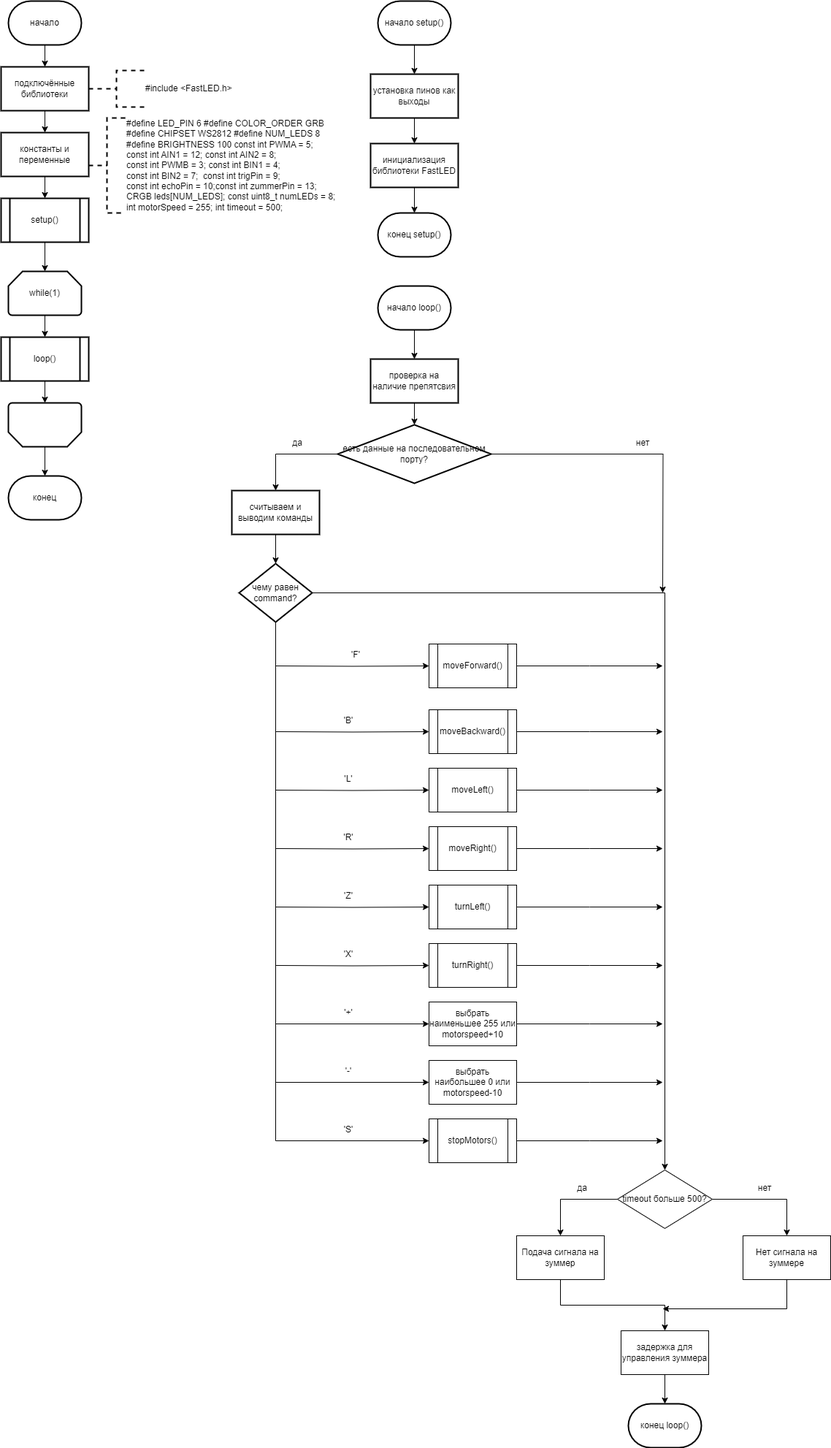
This is Sem_2/shemaprogram.drawio.png from ksinph/PSTU_LABS_2023, a draw.io export, as it was before one commit. Source tidied: cells renumbered, new cells last; positions are measured from the earlier drawing's top-left corner, leaving out a move shared by most shapes.
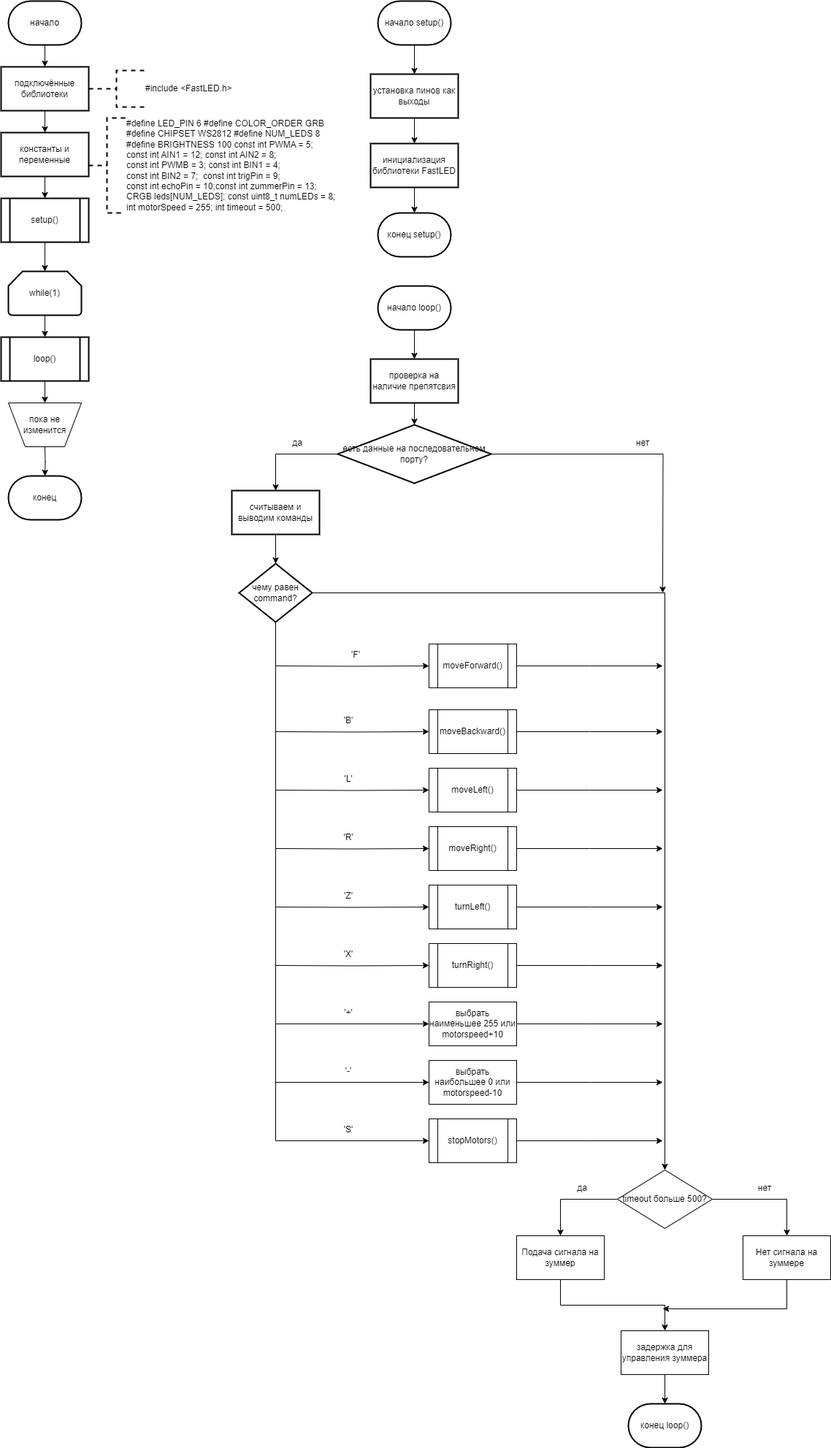
The same diagram one commit later.

The edit, as a diff of the source:
```diff
@@ -35,17 +35,18 @@
     <mxCell id="12" value="loop()" style="shape=process;whiteSpace=wrap;html=1;backgroundOutline=1;strokeWidth=2;" parent="1" vertex="1">
       <mxGeometry y="460" width="120" height="60" as="geometry" />
     </mxCell>
-    <mxCell id="13" style="strokeWidth=2;html=1;shape=mxgraph.flowchart.loop_limit;whiteSpace=wrap;rotation=-180;" parent="1" vertex="1">
-      <mxGeometry x="10" y="550" width="100" height="60" as="geometry" />
-    </mxCell>
-    <mxCell id="14" style="edgeStyle=orthogonalEdgeStyle;rounded=0;jettySize=auto;html=1;exitX=0.5;exitY=1;exitDx=0;exitDy=0;entryX=0.5;entryY=1;entryDx=0;entryDy=0;entryPerimeter=0;" parent="1" edge="1" source="12" target="13">
-      <mxGeometry relative="1" as="geometry" />
+    <mxCell id="14" style="edgeStyle=orthogonalEdgeStyle;rounded=0;jettySize=auto;html=1;exitX=0.5;exitY=1;exitDx=0;exitDy=0;entryX=0.5;entryY=1;entryDx=0;entryDy=0;entryPerimeter=0;" parent="1" edge="1" source="12">
+      <mxGeometry relative="1" as="geometry">
+        <mxPoint x="60" y="550" as="targetPoint" />
+      </mxGeometry>
     </mxCell>
     <mxCell id="15" value="конец" style="strokeWidth=2;html=1;shape=mxgraph.flowchart.terminator;whiteSpace=wrap;" parent="1" vertex="1">
       <mxGeometry x="10" y="650" width="100" height="60" as="geometry" />
     </mxCell>
-    <mxCell id="16" style="edgeStyle=orthogonalEdgeStyle;rounded=0;jettySize=auto;html=1;exitX=0.5;exitY=0;exitDx=0;exitDy=0;exitPerimeter=0;entryX=0.5;entryY=0;entryDx=0;entryDy=0;entryPerimeter=0;" parent="1" edge="1" source="13" target="15">
-      <mxGeometry relative="1" as="geometry" />
+    <mxCell id="16" style="edgeStyle=orthogonalEdgeStyle;rounded=0;jettySize=auto;html=1;exitX=0.5;exitY=0;exitDx=0;exitDy=0;exitPerimeter=0;entryX=0.5;entryY=0;entryDx=0;entryDy=0;entryPerimeter=0;" parent="1" edge="1" target="15">
+      <mxGeometry relative="1" as="geometry">
+        <mxPoint x="60" y="610" as="sourcePoint" />
+      </mxGeometry>
     </mxCell>
     <mxCell id="17" value="#include &amp;lt;FastLED.h&amp;gt;" style="strokeWidth=2;html=1;shape=mxgraph.flowchart.annotation_2;align=left;labelPosition=right;dashed=1;" parent="1" vertex="1">
       <mxGeometry x="120" y="95" width="76" height="50" as="geometry" />
@@ -300,5 +301,8 @@
     <mxCell id="86" value="нет" style="text;html=1;align=center;verticalAlign=middle;whiteSpace=wrap;rounded=0;" parent="1" vertex="1">
       <mxGeometry x="1016" y="1610" width="60" height="30" as="geometry" />
     </mxCell>
+    <mxCell id="87" value="пока не изменится" style="verticalLabelPosition=middle;verticalAlign=middle;html=1;shape=trapezoid;perimeter=trapezoidPerimeter;whiteSpace=wrap;size=0.23;arcSize=10;flipV=1;labelPosition=center;align=center;" parent="1" vertex="1">
+      <mxGeometry x="10" y="550" width="100" height="60" as="geometry" />
+    </mxCell>
   </root>
 </mxGraphModel>
```
